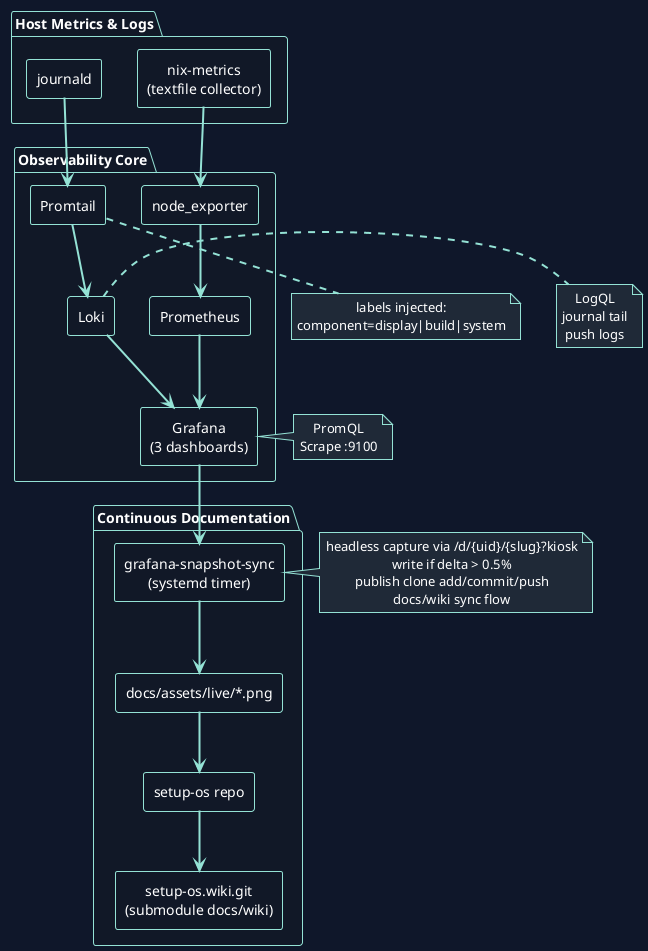
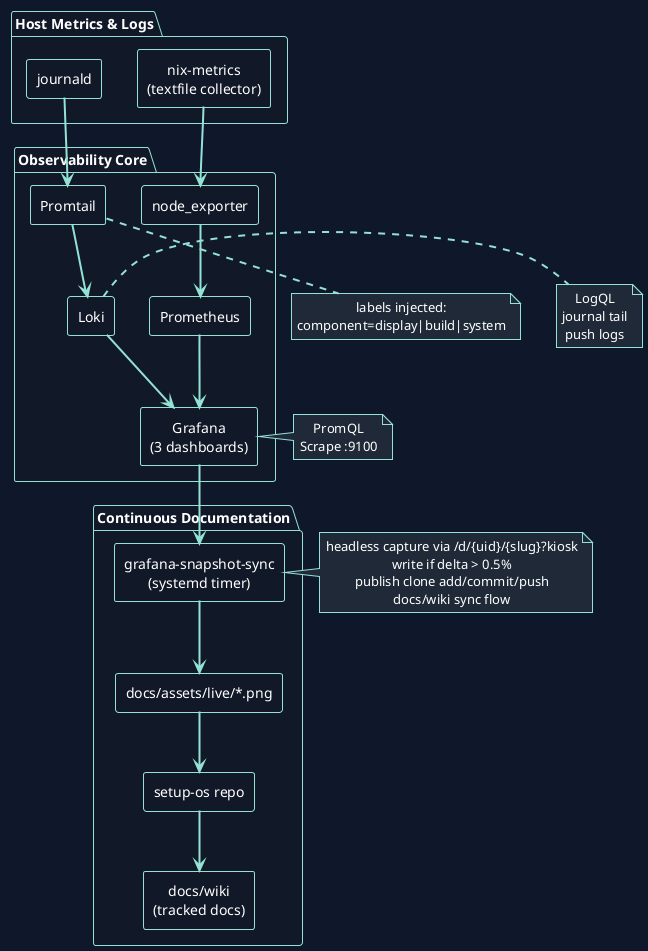
@startuml
!theme plain
skinparam backgroundColor #0f172a
skinparam defaultTextAlignment center
skinparam defaultFontColor #ffffff
skinparam ArrowFontColor #ffffff
skinparam ArrowColor #94e2d5
skinparam ArrowThickness 2
skinparam packageBorderColor #94e2d5
skinparam packageBackgroundColor #111827
skinparam packageFontColor #ffffff
skinparam packageArrowFontColor #ffffff
skinparam rectangleBorderColor #94e2d5
skinparam rectangleBackgroundColor #111827
skinparam rectangleFontColor #ffffff
skinparam rectangleArrowFontColor #ffffff
skinparam noteBackgroundColor #1f2937
skinparam noteBorderColor #94e2d5
skinparam noteFontColor #ffffff

package "Host Metrics & Logs" {
  rectangle "nix-metrics\n(textfile collector)" as nix_metrics
  rectangle "journald" as journald
}

package "Observability Core" {
  rectangle "node_exporter" as node_exporter
  rectangle "Prometheus" as prometheus
  rectangle "Promtail" as promtail
  rectangle "Loki" as loki
  rectangle "Grafana\n(3 dashboards)" as grafana
}

package "Continuous Documentation" {
  rectangle "grafana-snapshot-sync\n(systemd timer)" as snapshot
  rectangle "docs/assets/live/*.png" as pngs
  rectangle "setup-os repo" as repo
-   rectangle "setup-os.wiki.git\n(submodule docs/wiki)" as wiki
+   rectangle "docs/wiki\n(tracked docs)" as wiki
}

nix_metrics --> node_exporter

node_exporter --> prometheus

prometheus --> grafana

note right of grafana
PromQL
Scrape :9100
end note

journald --> promtail

promtail --> loki

loki --> grafana

note right of loki
LogQL
journal tail
push logs
end note

grafana --> snapshot

snapshot --> pngs

pngs --> repo

repo --> wiki

note right of snapshot
headless capture via /d/{uid}/{slug}?kiosk
write if delta > 0.5%
publish clone add/commit/push
docs/wiki sync flow
end note

note bottom of promtail
labels injected:
component=display|build|system
end note

@enduml
